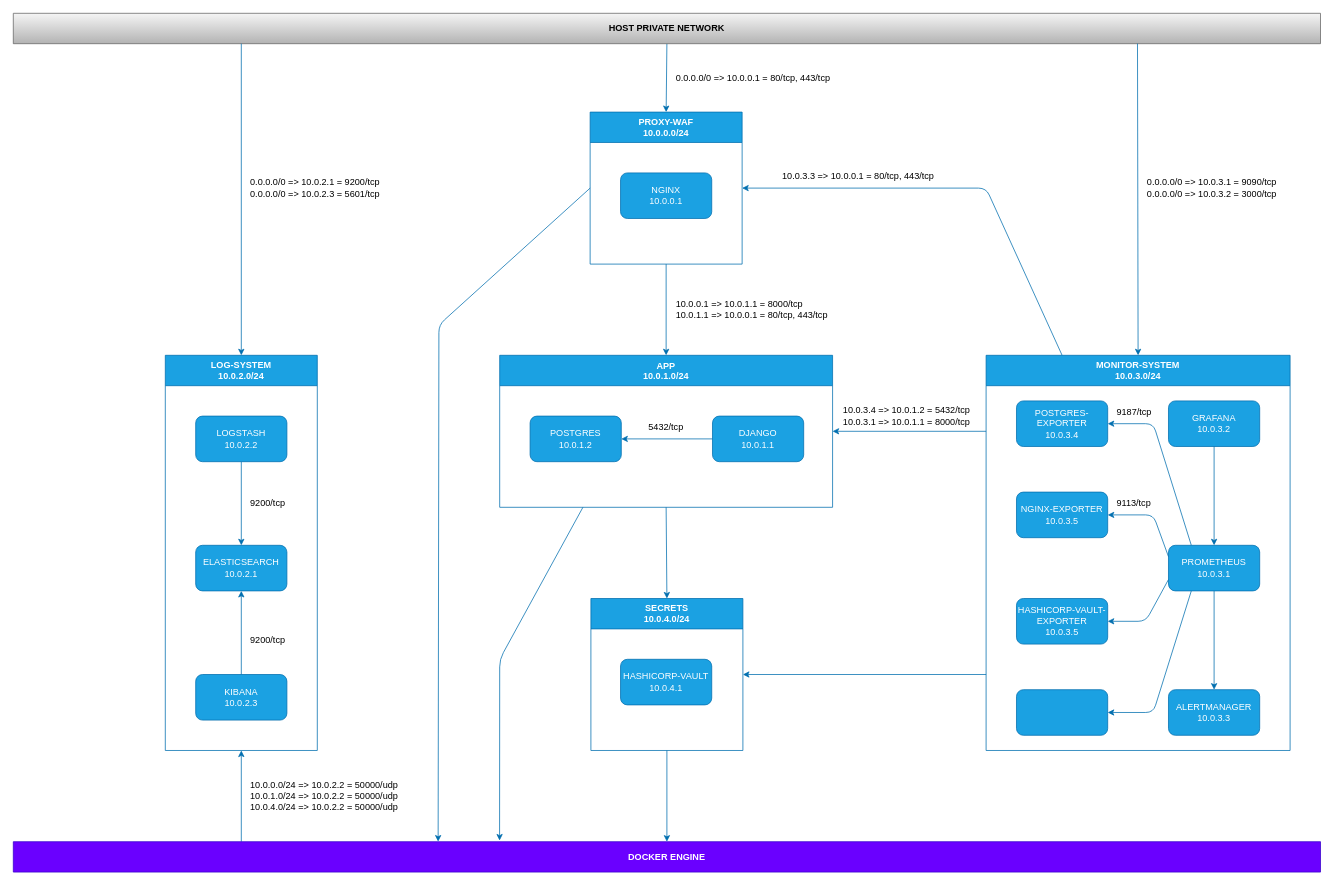
This is _notebook/topology.drawio from GiovanniAfro/ft_Transcendence, a draw.io file, before an edit. Source tidied: cells renumbered, new cells numbered last; positions are measured from the earlier drawing's top-left corner, leaving out a move shared by most shapes. Both pictures are drawn from the tidied source at 76%, with x=0, y=0 at pixel (13, 13).
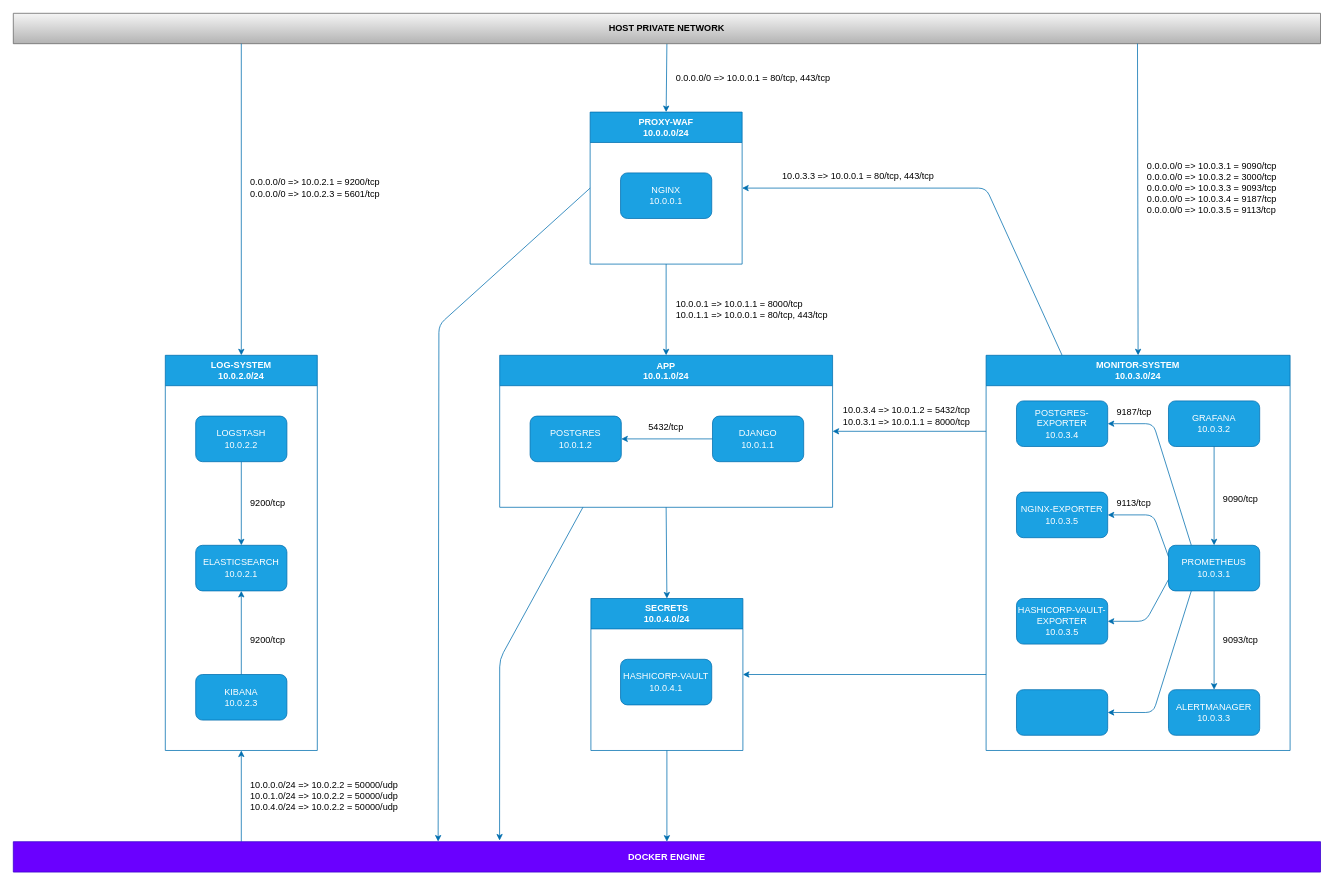
Above is the later version.

Unchanged cells that the change refers to:
```xml
<mxCell id="38" value="MONITOR-SYSTEM&lt;br&gt;10.0.3.0/24" style="swimlane;whiteSpace=wrap;html=1;startSize=40;fillColor=#1ba1e2;fontColor=#ffffff;strokeColor=#006EAF;" parent="1" vertex="1">
  <mxGeometry x="1280" y="450" width="400" height="520" as="geometry" />
</mxCell>
```

Diff of the diagram source:
```diff
@@
-    <mxCell id="36" value="0.0.0.0/0 =&amp;gt; 10.0.3.1 = 9090/tcp&lt;br&gt;0.0.0.0/0 =&amp;gt; 10.0.3.2 = 3000/tcp" style="text;html=1;align=left;verticalAlign=middle;strokeColor=none;fillColor=none;" parent="1" vertex="1">
-      <mxGeometry x="1490" y="210" width="190" height="40" as="geometry" />
+    <mxCell id="36" value="0.0.0.0/0 =&amp;gt; 10.0.3.1 = 9090/tcp&lt;br&gt;0.0.0.0/0 =&amp;gt; 10.0.3.2 = 3000/tcp&lt;br&gt;0.0.0.0/0 =&amp;gt; 10.0.3.3 = 9093/tcp&lt;br&gt;0.0.0.0/0 =&amp;gt; 10.0.3.4 = 9187/tcp&lt;br&gt;0.0.0.0/0 =&amp;gt; 10.0.3.5 = 9113/tcp" style="text;html=1;align=left;verticalAlign=middle;strokeColor=none;fillColor=none;" parent="1" vertex="1">
+      <mxGeometry x="1490" y="185" width="190" height="90" as="geometry" />
     </mxCell>
@@
+    <mxCell id="56" value="9093/tcp" style="text;html=1;align=left;verticalAlign=middle;strokeColor=none;fillColor=none;" parent="38" vertex="1">
+      <mxGeometry x="310" y="360" width="70" height="30" as="geometry" />
+    </mxCell>
+    <mxCell id="57" value="9090/tcp" style="text;html=1;align=left;verticalAlign=middle;strokeColor=none;fillColor=none;" parent="38" vertex="1">
+      <mxGeometry x="310" y="175" width="70" height="30" as="geometry" />
+    </mxCell>
```
